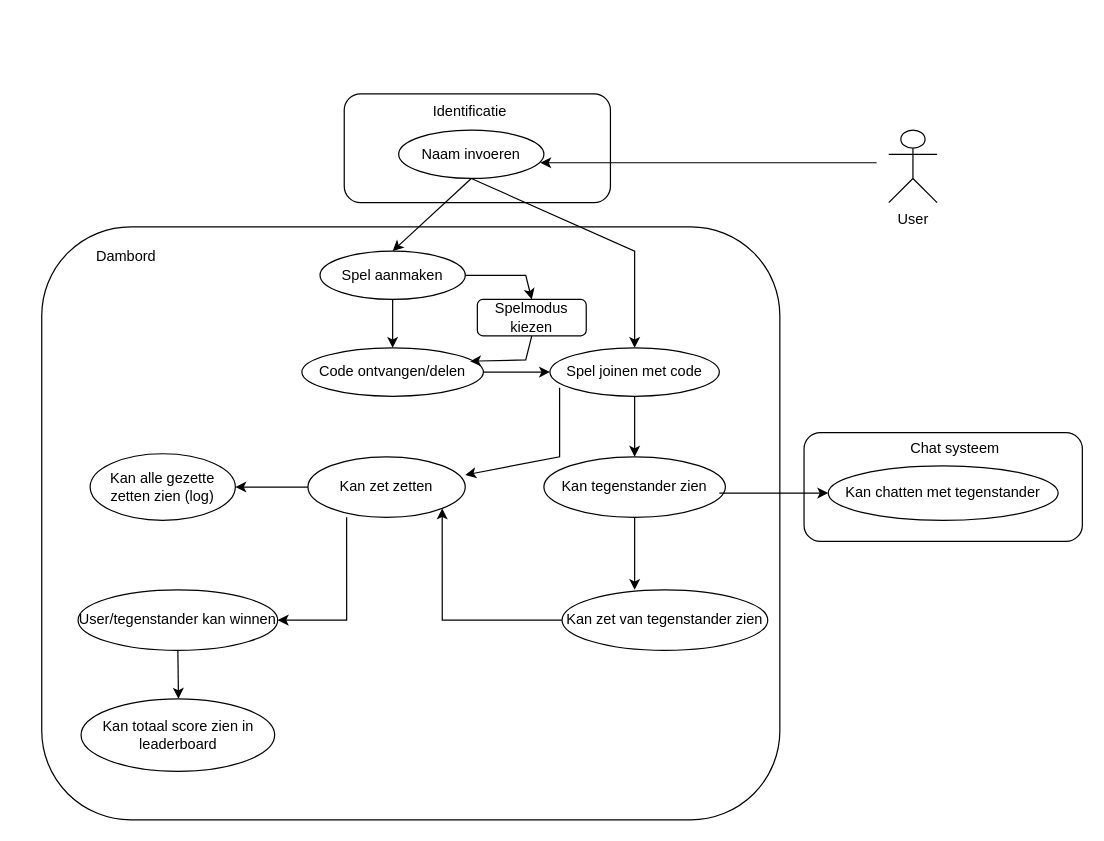
Before: use-case-diagram.drawio in martvdm/dammen-landstede, a draw.io diagram. Source tidied: cells renumbered, new cells numbered last; positions are measured from the earlier drawing's top-left corner, leaving out a move shared by most shapes. Both pictures are drawn from the tidied source at 121%, with x=0, y=0 at pixel (41, 93).
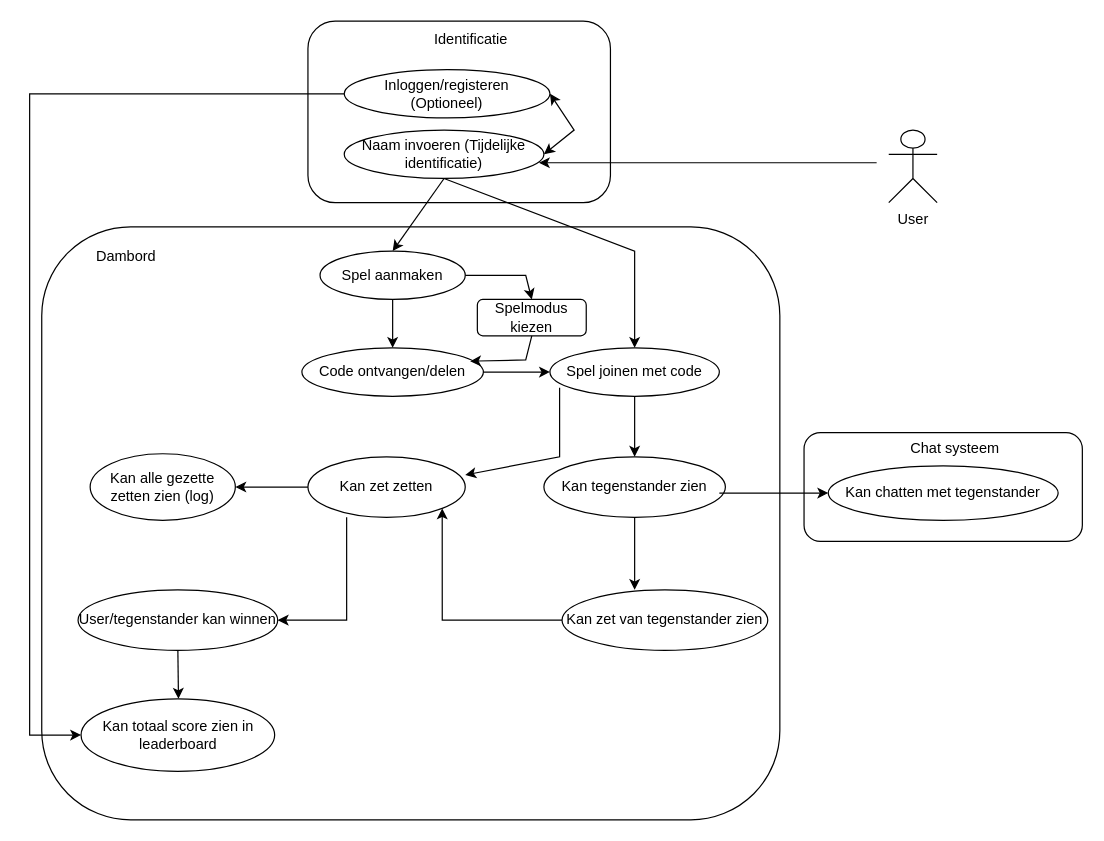
Above is the later version.

Commit message:
Refactor: usecase diagram

Unchanged cells that the change refers to:
```xml
<mxCell id="26" value="Kan totaal score zien in leaderboard" style="ellipse;whiteSpace=wrap;html=1;" parent="1" vertex="1">
  <mxGeometry x="32.5" y="500" width="160" height="60" as="geometry" />
</mxCell>
```

The edit, as a diff of the source:
```diff
@@
     <mxCell id="3" style="rounded=1;whiteSpace=wrap;html=1;" parent="1" vertex="1">
-      <mxGeometry x="250" width="220" height="90" as="geometry" />
+      <mxGeometry x="220" y="-60" width="250" height="150" as="geometry" />
     </mxCell>
@@
-    <mxCell id="6" value="Naam invoeren" style="ellipse;whiteSpace=wrap;html=1;" parent="1" vertex="1">
-      <mxGeometry x="295" y="30" width="120" height="40" as="geometry" />
+    <mxCell id="6" value="Naam invoeren (Tijdelijke identificatie)" style="ellipse;whiteSpace=wrap;html=1;" parent="1" vertex="1">
+      <mxGeometry x="250" y="30" width="165" height="40" as="geometry" />
     </mxCell>
@@
     <mxCell id="34" value="Identificatie" style="text;html=1;strokeColor=none;fillColor=none;align=center;verticalAlign=middle;whiteSpace=wrap;rounded=0;" parent="1" vertex="1">
-      <mxGeometry x="324" width="60" height="30" as="geometry" />
+      <mxGeometry x="325" y="-60" width="60" height="30" as="geometry" />
     </mxCell>
@@
+    <mxCell id="36" value="Inloggen/registeren &lt;br&gt;(Optioneel)" style="ellipse;whiteSpace=wrap;html=1;" parent="1" vertex="1">
+      <mxGeometry x="250" y="-20" width="170" height="40" as="geometry" />
+    </mxCell>
+    <mxCell id="37" style="endArrow=classic;startArrow=classic;html=1;rounded=0;exitX=1;exitY=0.5;exitDx=0;exitDy=0;entryX=1;entryY=0.5;entryDx=0;entryDy=0;" parent="1" edge="1" source="6" target="36">
+      <mxGeometry relative="1" as="geometry">
+        <Array as="points">
+          <mxPoint x="440" y="30" />
+        </Array>
+      </mxGeometry>
+    </mxCell>
+    <mxCell id="38" style="endArrow=classic;html=1;rounded=0;exitX=0;exitY=0.5;exitDx=0;exitDy=0;entryX=0;entryY=0.5;entryDx=0;entryDy=0;" parent="1" edge="1" source="36" target="26">
+      <mxGeometry relative="1" as="geometry">
+        <Array as="points">
+          <mxPoint x="-10" />
+          <mxPoint x="-10" y="530" />
+        </Array>
+      </mxGeometry>
+    </mxCell>
```
